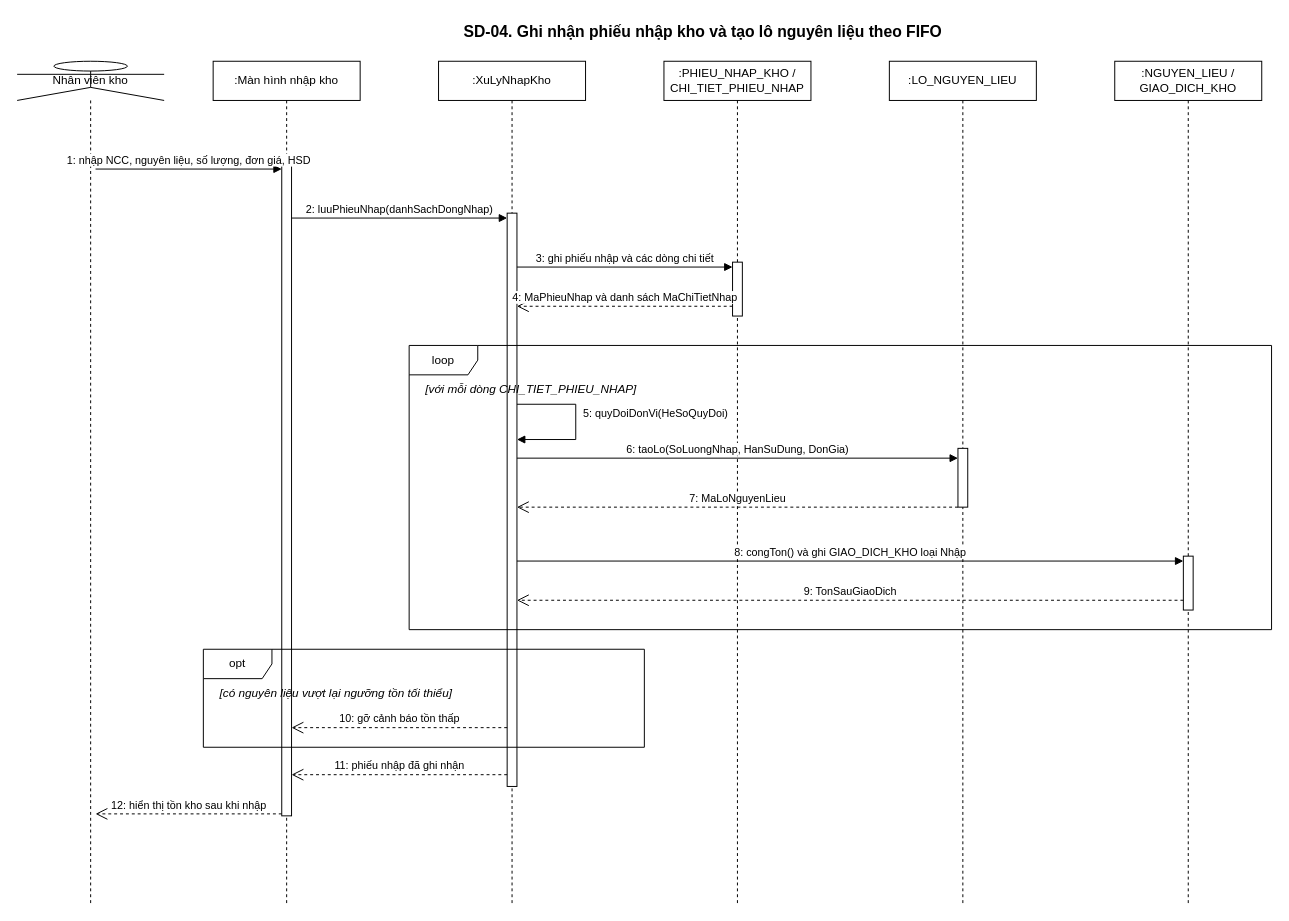
Earlier version of the draw.io diagram page "SD-04. Nhập kho và tạo lô nguyên liệu" (5 of 6) of docs/SequenceDiagram_HeThongQuanLyNhaHang.drawio (nminhzzz/restaurant-management-ai). Source tidied: cells renumbered, new cells numbered last; positions are measured from the earlier drawing's top-left corner, leaving out a move shared by most shapes. Both pictures are drawn from the tidied source at 98%, with x=0, y=0 at pixel (17, 17).
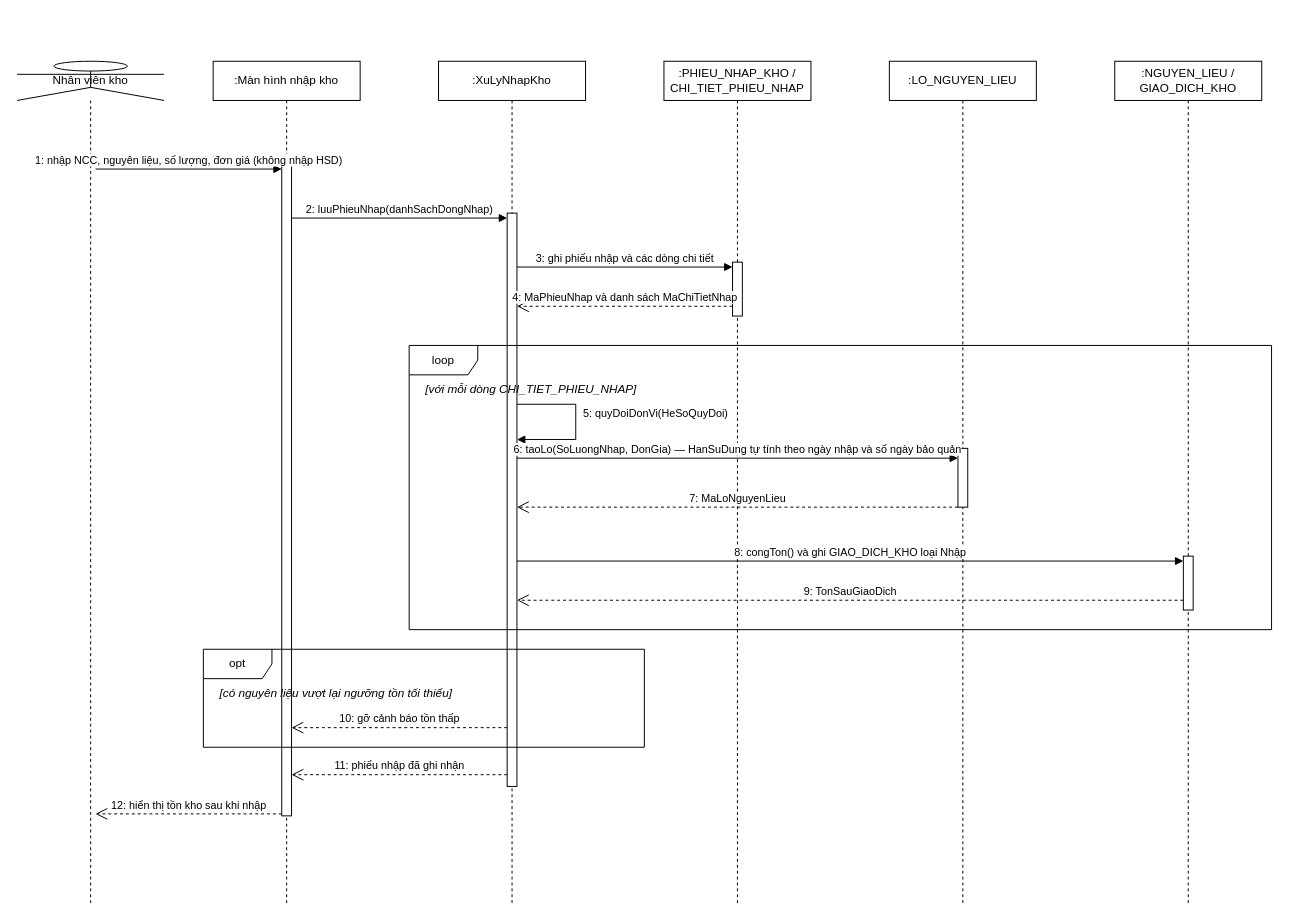
After the change.

The edit, as a diff of the source:
```diff
@@
-    <mxCell id="2" value="&lt;b&gt;&lt;font style=&quot;font-size: 16px;&quot;&gt;SD-04. Ghi nhận phiếu nhập kho và tạo lô nguyên liệu theo FIFO&lt;/font&gt;&lt;/b&gt;" style="text;html=1;align=center;verticalAlign=middle;whiteSpace=wrap;rounded=0;" parent="1" vertex="1">
-      <mxGeometry x="380" width="640" height="30" as="geometry" />
-    </mxCell>
@@
-    <mxCell id="14" value="1: nhập NCC, nguyên liệu, số lượng, đơn giá, HSD" style="html=1;verticalAlign=bottom;endArrow=block;rounded=0;endFill=1;" parent="1" edge="1">
+    <mxCell id="14" value="1: nhập NCC, nguyên liệu, số lượng, đơn giá (không nhập HSD)" style="html=1;verticalAlign=bottom;endArrow=block;rounded=0;endFill=1;" parent="1" edge="1">
       <mxGeometry relative="1" as="geometry">
         <mxPoint x="80" y="155" as="sourcePoint" />
         <mxPoint x="270" y="155" as="targetPoint" />
       </mxGeometry>
     </mxCell>
@@
-    <mxCell id="21" value="6: taoLo(SoLuongNhap, HanSuDung, DonGia)" style="html=1;verticalAlign=bottom;endArrow=block;rounded=0;endFill=1;" parent="1" edge="1">
+    <mxCell id="21" value="6: taoLo(SoLuongNhap, DonGia) — HanSuDung tự tính theo ngày nhập và số ngày bảo quản" style="html=1;verticalAlign=bottom;endArrow=block;rounded=0;endFill=1;" parent="1" edge="1">
       <mxGeometry relative="1" as="geometry">
         <mxPoint x="510" y="450" as="sourcePoint" />
         <mxPoint x="960" y="450" as="targetPoint" />
       </mxGeometry>
     </mxCell>
```
